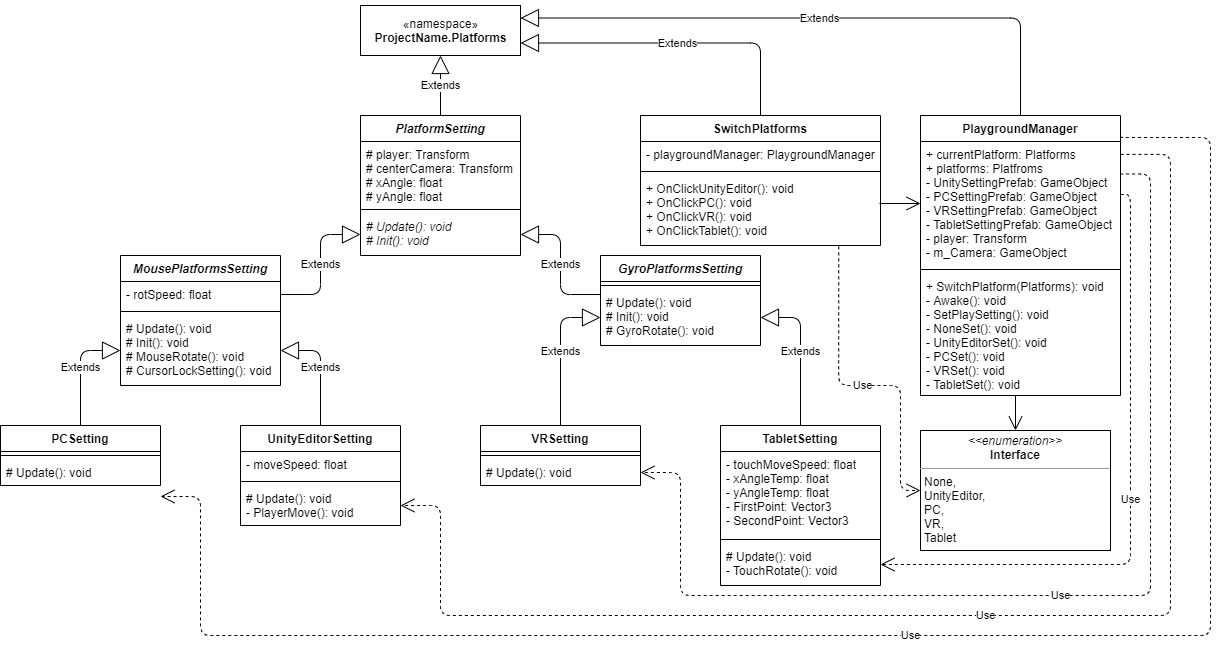
The draw.io diagram Wiki/Images/DevProcess/UMLDiagrams/VRCamera-Platforms.png in EDEN1109/VRCamera, before a commit. Source tidied: cells renumbered, new cells last; positions are measured from the earlier drawing's top-left corner, leaving out a move shared by most shapes. The source it was exported from:
```xml
<mxGraphModel>
  <root>
    <mxCell id="0" />
    <mxCell id="1" parent="0" />
    <mxCell id="2" value="PlatformSetting" style="swimlane;fontStyle=3;align=center;verticalAlign=top;horizontal=1;startSize=26;" parent="1" vertex="1">
      <mxGeometry x="360" y="110" width="160" height="140" as="geometry" />
    </mxCell>
    <mxCell id="3" value="# player: Transform&#10;# centerCamera: Transform&#10;# xAngle: float&#10;# yAngle: float" style="text;strokeColor=none;fillColor=none;align=left;verticalAlign=top;spacingLeft=4;spacingRight=4;overflow=hidden;" parent="2" vertex="1">
      <mxGeometry y="26" width="160" height="64" as="geometry" />
    </mxCell>
    <mxCell id="4" style="line;strokeWidth=1;fillColor=none;align=left;verticalAlign=middle;spacingTop=-1;spacingLeft=3;spacingRight=3;labelPosition=right;" parent="2" vertex="1">
      <mxGeometry y="90" width="160" height="8" as="geometry" />
    </mxCell>
    <mxCell id="5" value="# Update(): void&#10;# Init(): void" style="text;strokeColor=none;fillColor=none;align=left;verticalAlign=top;spacingLeft=4;spacingRight=4;overflow=hidden;points=[[0,0.5],[1,0.5]];portConstraint=eastwest;fontStyle=2;" parent="2" vertex="1">
      <mxGeometry y="98" width="160" height="42" as="geometry" />
    </mxCell>
    <mxCell id="6" value="MousePlatformsSetting" style="swimlane;fontStyle=3;align=center;verticalAlign=top;horizontal=1;startSize=26;" parent="1" vertex="1">
      <mxGeometry x="120" y="250" width="160" height="130" as="geometry" />
    </mxCell>
    <mxCell id="7" value="- rotSpeed: float" style="text;strokeColor=none;fillColor=none;align=left;verticalAlign=top;spacingLeft=4;spacingRight=4;overflow=hidden;points=[[0,0.5],[1,0.5]];portConstraint=eastwest;" parent="6" vertex="1">
      <mxGeometry y="26" width="160" height="26" as="geometry" />
    </mxCell>
    <mxCell id="8" style="line;strokeWidth=1;fillColor=none;align=left;verticalAlign=middle;spacingTop=-1;spacingLeft=3;spacingRight=3;labelPosition=right;" parent="6" vertex="1">
      <mxGeometry y="52" width="160" height="8" as="geometry" />
    </mxCell>
    <mxCell id="9" value="# Update(): void&#10;# Init(): void&#10;# MouseRotate(): void&#10;# CursorLockSetting(): void" style="text;strokeColor=none;fillColor=none;align=left;verticalAlign=top;spacingLeft=4;spacingRight=4;overflow=hidden;points=[[0,0.5],[1,0.5]];portConstraint=eastwest;" parent="6" vertex="1">
      <mxGeometry y="60" width="160" height="70" as="geometry" />
    </mxCell>
    <mxCell id="10" value="GyroPlatformsSetting" style="swimlane;fontStyle=3;align=center;verticalAlign=top;horizontal=1;startSize=26;" parent="1" vertex="1">
      <mxGeometry x="600" y="250" width="160" height="90" as="geometry" />
    </mxCell>
    <mxCell id="11" style="line;strokeWidth=1;fillColor=none;align=left;verticalAlign=middle;spacingTop=-1;spacingLeft=3;spacingRight=3;labelPosition=right;" parent="10" vertex="1">
      <mxGeometry y="26" width="160" height="8" as="geometry" />
    </mxCell>
    <mxCell id="12" value="# Update(): void&#10;# Init(): void&#10;# GyroRotate(): void" style="text;strokeColor=none;fillColor=none;align=left;verticalAlign=top;spacingLeft=4;spacingRight=4;overflow=hidden;points=[[0,0.5],[1,0.5]];portConstraint=eastwest;fontStyle=0;" parent="10" vertex="1">
      <mxGeometry y="34" width="160" height="56" as="geometry" />
    </mxCell>
    <mxCell id="13" value="PCSetting" style="swimlane;fontStyle=1;align=center;verticalAlign=top;horizontal=1;startSize=26;" parent="1" vertex="1">
      <mxGeometry y="420" width="160" height="60" as="geometry" />
    </mxCell>
    <mxCell id="14" style="line;strokeWidth=1;fillColor=none;align=left;verticalAlign=middle;spacingTop=-1;spacingLeft=3;spacingRight=3;labelPosition=right;" parent="13" vertex="1">
      <mxGeometry y="26" width="160" height="8" as="geometry" />
    </mxCell>
    <mxCell id="15" value="# Update(): void" style="text;strokeColor=none;fillColor=none;align=left;verticalAlign=top;spacingLeft=4;spacingRight=4;overflow=hidden;" parent="13" vertex="1">
      <mxGeometry y="34" width="160" height="26" as="geometry" />
    </mxCell>
    <mxCell id="16" value="TabletSetting" style="swimlane;fontStyle=1;align=center;verticalAlign=top;horizontal=1;startSize=26;" parent="1" vertex="1">
      <mxGeometry x="720" y="420" width="160" height="160" as="geometry" />
    </mxCell>
    <mxCell id="17" value="- touchMoveSpeed: float&#10;- xAngleTemp: float&#10;- yAngleTemp: float&#10;- FirstPoint: Vector3&#10;- SecondPoint: Vector3" style="text;strokeColor=none;fillColor=none;align=left;verticalAlign=top;spacingLeft=4;spacingRight=4;overflow=hidden;" parent="16" vertex="1">
      <mxGeometry y="26" width="160" height="84" as="geometry" />
    </mxCell>
    <mxCell id="18" style="line;strokeWidth=1;fillColor=none;align=left;verticalAlign=middle;spacingTop=-1;spacingLeft=3;spacingRight=3;labelPosition=right;" parent="16" vertex="1">
      <mxGeometry y="110" width="160" height="8" as="geometry" />
    </mxCell>
    <mxCell id="19" value="# Update(): void&#10;- TouchRotate(): void" style="text;strokeColor=none;fillColor=none;align=left;verticalAlign=top;spacingLeft=4;spacingRight=4;overflow=hidden;points=[[0,0.5],[1,0.5]];portConstraint=eastwest;" parent="16" vertex="1">
      <mxGeometry y="118" width="160" height="42" as="geometry" />
    </mxCell>
    <mxCell id="20" value="VRSetting" style="swimlane;fontStyle=1;align=center;verticalAlign=top;horizontal=1;startSize=26;" parent="1" vertex="1">
      <mxGeometry x="480" y="420" width="160" height="60" as="geometry" />
    </mxCell>
    <mxCell id="21" style="line;strokeWidth=1;fillColor=none;align=left;verticalAlign=middle;spacingTop=-1;spacingLeft=3;spacingRight=3;labelPosition=right;" parent="20" vertex="1">
      <mxGeometry y="26" width="160" height="8" as="geometry" />
    </mxCell>
    <mxCell id="22" value="# Update(): void" style="text;strokeColor=none;fillColor=none;align=left;verticalAlign=top;spacingLeft=4;spacingRight=4;overflow=hidden;points=[[0,0.5],[1,0.5]];portConstraint=eastwest;" parent="20" vertex="1">
      <mxGeometry y="34" width="160" height="26" as="geometry" />
    </mxCell>
    <mxCell id="23" value="UnityEditorSetting" style="swimlane;fontStyle=1;align=center;verticalAlign=top;horizontal=1;startSize=26;" parent="1" vertex="1">
      <mxGeometry x="240" y="420" width="160" height="100" as="geometry" />
    </mxCell>
    <mxCell id="24" value="- moveSpeed: float" style="text;strokeColor=none;fillColor=none;align=left;verticalAlign=top;spacingLeft=4;spacingRight=4;overflow=hidden;" parent="23" vertex="1">
      <mxGeometry y="26" width="160" height="26" as="geometry" />
    </mxCell>
    <mxCell id="25" style="line;strokeWidth=1;fillColor=none;align=left;verticalAlign=middle;spacingTop=-1;spacingLeft=3;spacingRight=3;labelPosition=right;" parent="23" vertex="1">
      <mxGeometry y="52" width="160" height="8" as="geometry" />
    </mxCell>
    <mxCell id="26" value="# Update(): void&#10;- PlayerMove(): void" style="text;strokeColor=none;fillColor=none;align=left;verticalAlign=top;spacingLeft=4;spacingRight=4;overflow=hidden;points=[[0,0.5],[1,0.5]];portConstraint=eastwest;" parent="23" vertex="1">
      <mxGeometry y="60" width="160" height="40" as="geometry" />
    </mxCell>
    <mxCell id="27" value="Extends" style="endArrow=block;endSize=16;endFill=0;html=1;exitX=0;exitY=0.5;exitDx=0;exitDy=0;edgeStyle=orthogonalEdgeStyle;entryX=1;entryY=0.5;entryDx=0;entryDy=0;" parent="1" edge="1" target="5">
      <mxGeometry relative="1" as="geometry">
        <mxPoint x="600" y="289" as="sourcePoint" />
        <Array as="points">
          <mxPoint x="560" y="289" />
          <mxPoint x="560" y="229" />
        </Array>
      </mxGeometry>
    </mxCell>
    <mxCell id="28" value="Extends" style="endArrow=block;endSize=16;endFill=0;html=1;edgeStyle=orthogonalEdgeStyle;exitX=1;exitY=0.5;exitDx=0;exitDy=0;entryX=0;entryY=0.5;entryDx=0;entryDy=0;" parent="1" edge="1" source="7" target="5">
      <mxGeometry relative="1" as="geometry" />
    </mxCell>
    <mxCell id="29" value="Extends" style="endArrow=block;endSize=16;endFill=0;html=1;edgeStyle=orthogonalEdgeStyle;exitX=0.5;exitY=0;exitDx=0;exitDy=0;" parent="1" edge="1" source="13" target="9">
      <mxGeometry relative="1" as="geometry" />
    </mxCell>
    <mxCell id="30" value="Extends" style="endArrow=block;endSize=16;endFill=0;html=1;edgeStyle=orthogonalEdgeStyle;exitX=0.5;exitY=0;exitDx=0;exitDy=0;entryX=1;entryY=0.5;entryDx=0;entryDy=0;" parent="1" edge="1" source="23" target="9">
      <mxGeometry relative="1" as="geometry" />
    </mxCell>
    <mxCell id="31" value="Extends" style="endArrow=block;endSize=16;endFill=0;html=1;edgeStyle=orthogonalEdgeStyle;exitX=0.5;exitY=0;exitDx=0;exitDy=0;entryX=0;entryY=0.5;entryDx=0;entryDy=0;" parent="1" edge="1" source="20" target="12">
      <mxGeometry relative="1" as="geometry" />
    </mxCell>
    <mxCell id="32" value="Extends" style="endArrow=block;endSize=16;endFill=0;html=1;edgeStyle=orthogonalEdgeStyle;exitX=0.5;exitY=0;exitDx=0;exitDy=0;entryX=1;entryY=0.5;entryDx=0;entryDy=0;" parent="1" edge="1" source="16" target="12">
      <mxGeometry relative="1" as="geometry" />
    </mxCell>
    <mxCell id="33" value="Extends" style="endArrow=block;endSize=16;endFill=0;html=1;edgeStyle=orthogonalEdgeStyle;exitX=0.5;exitY=0;exitDx=0;exitDy=0;entryX=0.5;entryY=1;entryDx=0;entryDy=0;" parent="1" edge="1" source="2" target="48">
      <mxGeometry relative="1" as="geometry" />
    </mxCell>
    <mxCell id="34" value="SwitchPlatforms" style="swimlane;fontStyle=1;align=center;verticalAlign=top;horizontal=1;startSize=26;" parent="1" vertex="1">
      <mxGeometry x="640" y="110" width="240" height="130" as="geometry" />
    </mxCell>
    <mxCell id="35" value="- playgroundManager: PlaygroundManager" style="text;strokeColor=none;fillColor=none;align=left;verticalAlign=top;spacingLeft=4;spacingRight=4;overflow=hidden;" parent="34" vertex="1">
      <mxGeometry y="26" width="240" height="26" as="geometry" />
    </mxCell>
    <mxCell id="36" style="line;strokeWidth=1;fillColor=none;align=left;verticalAlign=middle;spacingTop=-1;spacingLeft=3;spacingRight=3;labelPosition=right;" parent="34" vertex="1">
      <mxGeometry y="52" width="240" height="8" as="geometry" />
    </mxCell>
    <mxCell id="37" value="+ OnClickUnityEditor(): void&#10;+ OnClickPC(): void&#10;+ OnClickVR(): void&#10;+ OnClickTablet(): void" style="text;strokeColor=none;fillColor=none;align=left;verticalAlign=top;spacingLeft=4;spacingRight=4;overflow=hidden;points=[[0,0.5],[1,0.5]];portConstraint=eastwest;" parent="34" vertex="1">
      <mxGeometry y="60" width="240" height="70" as="geometry" />
    </mxCell>
    <mxCell id="38" value="PlaygroundManager" style="swimlane;fontStyle=1;align=center;verticalAlign=top;horizontal=1;startSize=26;rounded=0;shadow=0;glass=0;sketch=0;" parent="1" vertex="1">
      <mxGeometry x="920" y="110" width="200" height="280" as="geometry" />
    </mxCell>
    <mxCell id="39" value="+ currentPlatform: Platforms&#10;+ platforms: Platfroms&#10;- UnitySettingPrefab: GameObject&#10;- PCSettingPrefab: GameObject&#10;- VRSettingPrefab: GameObject&#10;- TabletSettingPrefab: GameObject&#10;- player: Transform&#10;- m_Camera: GameObject&#10;" style="text;strokeColor=none;fillColor=none;align=left;verticalAlign=top;spacingLeft=4;spacingRight=4;overflow=hidden;points=[[0,0.5],[1,0.5]];portConstraint=eastwest;" parent="38" vertex="1">
      <mxGeometry y="26" width="200" height="124" as="geometry" />
    </mxCell>
    <mxCell id="40" style="line;strokeWidth=1;fillColor=none;align=left;verticalAlign=middle;spacingTop=-1;spacingLeft=3;spacingRight=3;labelPosition=right;" parent="38" vertex="1">
      <mxGeometry y="150" width="200" height="8" as="geometry" />
    </mxCell>
    <mxCell id="41" value="+ SwitchPlatform(Platforms): void&#10;- Awake(): void&#10;- SetPlaySetting(): void&#10;- NoneSet(): void&#10;- UnityEditorSet(): void&#10;- PCSet(): void&#10;- VRSet(): void&#10;- TabletSet(): void" style="text;strokeColor=none;fillColor=none;align=left;verticalAlign=top;spacingLeft=4;spacingRight=4;overflow=hidden;points=[[0,0.5],[1,0.5]];portConstraint=eastwest;" parent="38" vertex="1">
      <mxGeometry y="158" width="200" height="122" as="geometry" />
    </mxCell>
    <mxCell id="42" value="Extends" style="endArrow=block;endSize=16;endFill=0;html=1;edgeStyle=orthogonalEdgeStyle;exitX=0.5;exitY=0;exitDx=0;exitDy=0;entryX=1;entryY=0.75;entryDx=0;entryDy=0;" parent="1" edge="1" source="34" target="48">
      <mxGeometry relative="1" as="geometry" />
    </mxCell>
    <mxCell id="43" style="endArrow=open;endFill=1;endSize=12;html=1;entryX=0;entryY=0.5;entryDx=0;entryDy=0;" parent="1" edge="1" target="39">
      <mxGeometry relative="1" as="geometry">
        <mxPoint x="879" y="198" as="sourcePoint" />
      </mxGeometry>
    </mxCell>
    <mxCell id="44" value="Use" style="endArrow=open;endSize=12;dashed=1;html=1;edgeStyle=orthogonalEdgeStyle;entryX=1;entryY=0.5;entryDx=0;entryDy=0;exitX=1;exitY=0.075;exitDx=0;exitDy=0;exitPerimeter=0;" parent="1" edge="1" source="38">
      <mxGeometry relative="1" as="geometry">
        <mxPoint x="160" y="491" as="targetPoint" />
        <Array as="points">
          <mxPoint x="1120" y="132" />
          <mxPoint x="1210" y="132" />
          <mxPoint x="1210" y="630" />
          <mxPoint x="200" y="630" />
          <mxPoint x="200" y="491" />
        </Array>
      </mxGeometry>
    </mxCell>
    <mxCell id="45" value="Use" style="endArrow=open;endSize=12;dashed=1;html=1;edgeStyle=orthogonalEdgeStyle;entryX=1;entryY=0.5;entryDx=0;entryDy=0;exitX=1;exitY=0.104;exitDx=0;exitDy=0;exitPerimeter=0;" parent="1" edge="1" source="39" target="26">
      <mxGeometry relative="1" as="geometry">
        <Array as="points">
          <mxPoint x="1170" y="149" />
          <mxPoint x="1170" y="610" />
          <mxPoint x="440" y="610" />
          <mxPoint x="440" y="500" />
        </Array>
      </mxGeometry>
    </mxCell>
    <mxCell id="46" value="Use" style="endArrow=open;endSize=12;dashed=1;html=1;edgeStyle=orthogonalEdgeStyle;entryX=1;entryY=0.5;entryDx=0;entryDy=0;exitX=0.998;exitY=0.262;exitDx=0;exitDy=0;exitPerimeter=0;" parent="1" edge="1" source="39" target="22">
      <mxGeometry relative="1" as="geometry">
        <Array as="points">
          <mxPoint x="1150" y="169" />
          <mxPoint x="1150" y="590" />
          <mxPoint x="680" y="590" />
          <mxPoint x="680" y="467" />
        </Array>
      </mxGeometry>
    </mxCell>
    <mxCell id="47" value="Use" style="endArrow=open;endSize=12;dashed=1;html=1;edgeStyle=orthogonalEdgeStyle;entryX=1;entryY=0.5;entryDx=0;entryDy=0;exitX=1.001;exitY=0.427;exitDx=0;exitDy=0;exitPerimeter=0;" parent="1" edge="1" source="39" target="19">
      <mxGeometry relative="1" as="geometry">
        <Array as="points">
          <mxPoint x="1130" y="189" />
          <mxPoint x="1130" y="559" />
        </Array>
      </mxGeometry>
    </mxCell>
    <mxCell id="48" value="«namespace»&lt;br&gt;&lt;b&gt;ProjectName.Platforms&lt;/b&gt;" style="html=1;rounded=0;shadow=0;glass=0;sketch=0;" parent="1" vertex="1">
      <mxGeometry x="360" width="160" height="50" as="geometry" />
    </mxCell>
    <mxCell id="49" value="Extends" style="endArrow=block;endSize=16;endFill=0;html=1;edgeStyle=orthogonalEdgeStyle;exitX=0.5;exitY=0;exitDx=0;exitDy=0;entryX=1;entryY=0.25;entryDx=0;entryDy=0;" parent="1" edge="1" source="38" target="48">
      <mxGeometry relative="1" as="geometry" />
    </mxCell>
    <mxCell id="50" value="&lt;p style=&quot;margin: 0px ; margin-top: 4px ; text-align: center&quot;&gt;&lt;i&gt;&amp;lt;&amp;lt;enumeration&amp;gt;&amp;gt;&lt;/i&gt;&lt;br&gt;&lt;b&gt;Interface&lt;/b&gt;&lt;/p&gt;&lt;hr size=&quot;1&quot;&gt;&lt;p style=&quot;margin: 0px ; margin-left: 4px&quot;&gt;None,&lt;/p&gt;&lt;p style=&quot;margin: 0px ; margin-left: 4px&quot;&gt;UnityEditor,&lt;/p&gt;&lt;p style=&quot;margin: 0px ; margin-left: 4px&quot;&gt;PC,&lt;/p&gt;&lt;p style=&quot;margin: 0px ; margin-left: 4px&quot;&gt;VR,&lt;/p&gt;&lt;p style=&quot;margin: 0px ; margin-left: 4px&quot;&gt;Tablet&lt;/p&gt;" style="verticalAlign=top;align=left;overflow=fill;fontSize=12;fontFamily=Helvetica;html=1;" parent="1" vertex="1">
      <mxGeometry x="920" y="425" width="190" height="120" as="geometry" />
    </mxCell>
    <mxCell id="51" style="endArrow=open;endFill=1;endSize=12;html=1;entryX=0.5;entryY=0;entryDx=0;entryDy=0;exitX=0.475;exitY=1;exitDx=0;exitDy=0;exitPerimeter=0;" parent="1" edge="1" source="41" target="50">
      <mxGeometry relative="1" as="geometry" />
    </mxCell>
    <mxCell id="52" value="Use" style="endArrow=open;endSize=12;dashed=1;html=1;edgeStyle=orthogonalEdgeStyle;entryX=0;entryY=0.5;entryDx=0;entryDy=0;exitX=0.826;exitY=1.012;exitDx=0;exitDy=0;exitPerimeter=0;" parent="1" edge="1" source="37" target="50">
      <mxGeometry relative="1" as="geometry">
        <Array as="points">
          <mxPoint x="838" y="380" />
          <mxPoint x="900" y="380" />
          <mxPoint x="900" y="485" />
        </Array>
      </mxGeometry>
    </mxCell>
  </root>
</mxGraphModel>
```
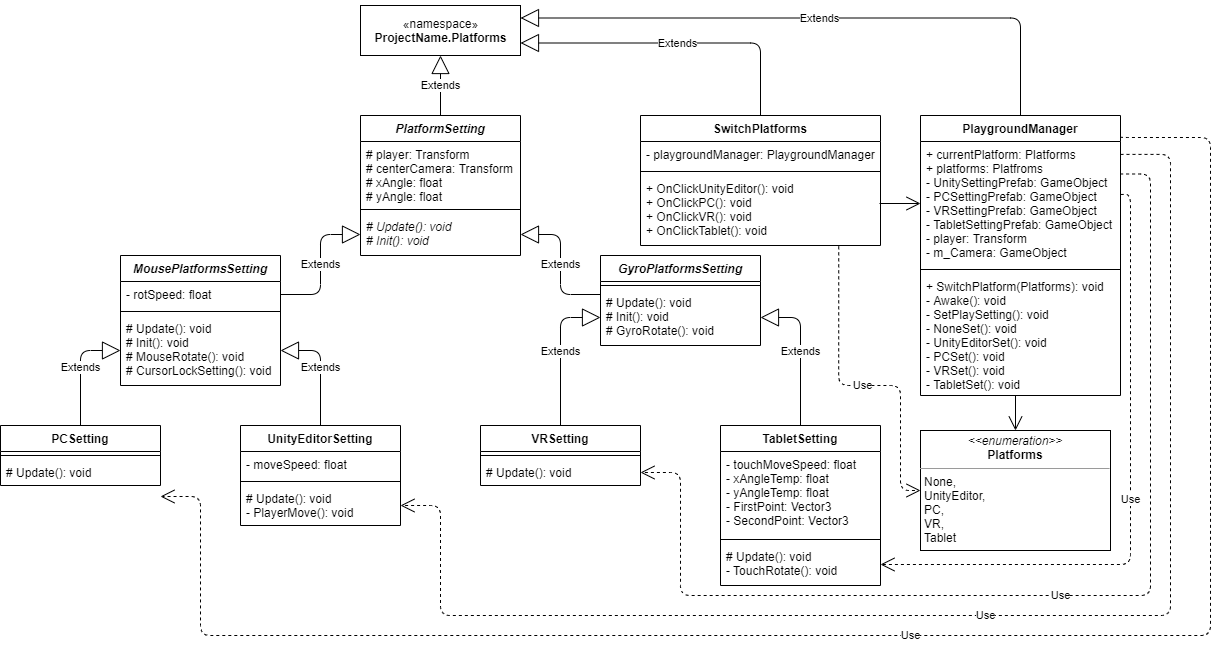
The same diagram one commit later.

The edit, as a diff of the source:
```diff
@@ -182,7 +182,7 @@
     <mxCell id="49" value="Extends" style="endArrow=block;endSize=16;endFill=0;html=1;edgeStyle=orthogonalEdgeStyle;exitX=0.5;exitY=0;exitDx=0;exitDy=0;entryX=1;entryY=0.25;entryDx=0;entryDy=0;" parent="1" edge="1" source="38" target="48">
       <mxGeometry relative="1" as="geometry" />
     </mxCell>
-    <mxCell id="50" value="&lt;p style=&quot;margin: 0px ; margin-top: 4px ; text-align: center&quot;&gt;&lt;i&gt;&amp;lt;&amp;lt;enumeration&amp;gt;&amp;gt;&lt;/i&gt;&lt;br&gt;&lt;b&gt;Interface&lt;/b&gt;&lt;/p&gt;&lt;hr size=&quot;1&quot;&gt;&lt;p style=&quot;margin: 0px ; margin-left: 4px&quot;&gt;None,&lt;/p&gt;&lt;p style=&quot;margin: 0px ; margin-left: 4px&quot;&gt;UnityEditor,&lt;/p&gt;&lt;p style=&quot;margin: 0px ; margin-left: 4px&quot;&gt;PC,&lt;/p&gt;&lt;p style=&quot;margin: 0px ; margin-left: 4px&quot;&gt;VR,&lt;/p&gt;&lt;p style=&quot;margin: 0px ; margin-left: 4px&quot;&gt;Tablet&lt;/p&gt;" style="verticalAlign=top;align=left;overflow=fill;fontSize=12;fontFamily=Helvetica;html=1;" parent="1" vertex="1">
+    <mxCell id="50" value="&lt;p style=&quot;margin: 0px ; margin-top: 4px ; text-align: center&quot;&gt;&lt;i&gt;&amp;lt;&amp;lt;enumeration&amp;gt;&amp;gt;&lt;/i&gt;&lt;br&gt;&lt;b&gt;Platforms&lt;/b&gt;&lt;/p&gt;&lt;hr size=&quot;1&quot;&gt;&lt;p style=&quot;margin: 0px ; margin-left: 4px&quot;&gt;None,&lt;/p&gt;&lt;p style=&quot;margin: 0px ; margin-left: 4px&quot;&gt;UnityEditor,&lt;/p&gt;&lt;p style=&quot;margin: 0px ; margin-left: 4px&quot;&gt;PC,&lt;/p&gt;&lt;p style=&quot;margin: 0px ; margin-left: 4px&quot;&gt;VR,&lt;/p&gt;&lt;p style=&quot;margin: 0px ; margin-left: 4px&quot;&gt;Tablet&lt;/p&gt;" style="verticalAlign=top;align=left;overflow=fill;fontSize=12;fontFamily=Helvetica;html=1;" parent="1" vertex="1">
       <mxGeometry x="920" y="425" width="190" height="120" as="geometry" />
     </mxCell>
     <mxCell id="51" style="endArrow=open;endFill=1;endSize=12;html=1;entryX=0.5;entryY=0;entryDx=0;entryDy=0;exitX=0.475;exitY=1;exitDx=0;exitDy=0;exitPerimeter=0;" parent="1" edge="1" source="41" target="50">
```
